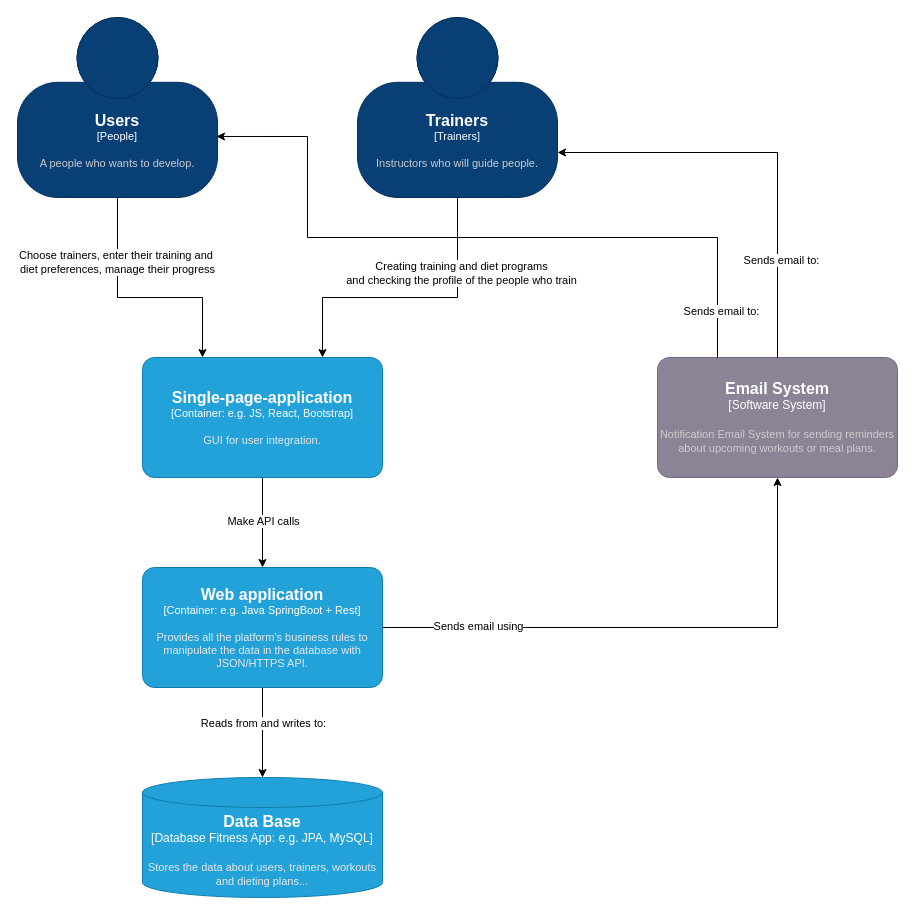
Above: page "C2 Containers" (2 of 4) of C4 Diagram/FitnessAppDiagram.drawio in AtanasDimitrov12/FitnessApp-Backend (draw.io), before the change. Source tidied: cells renumbered, new cells numbered last; positions are measured from the earlier drawing's top-left corner, leaving out a move shared by most shapes. Both pictures are drawn from the tidied source at 100%, with x=0, y=0 at pixel (17, 17).
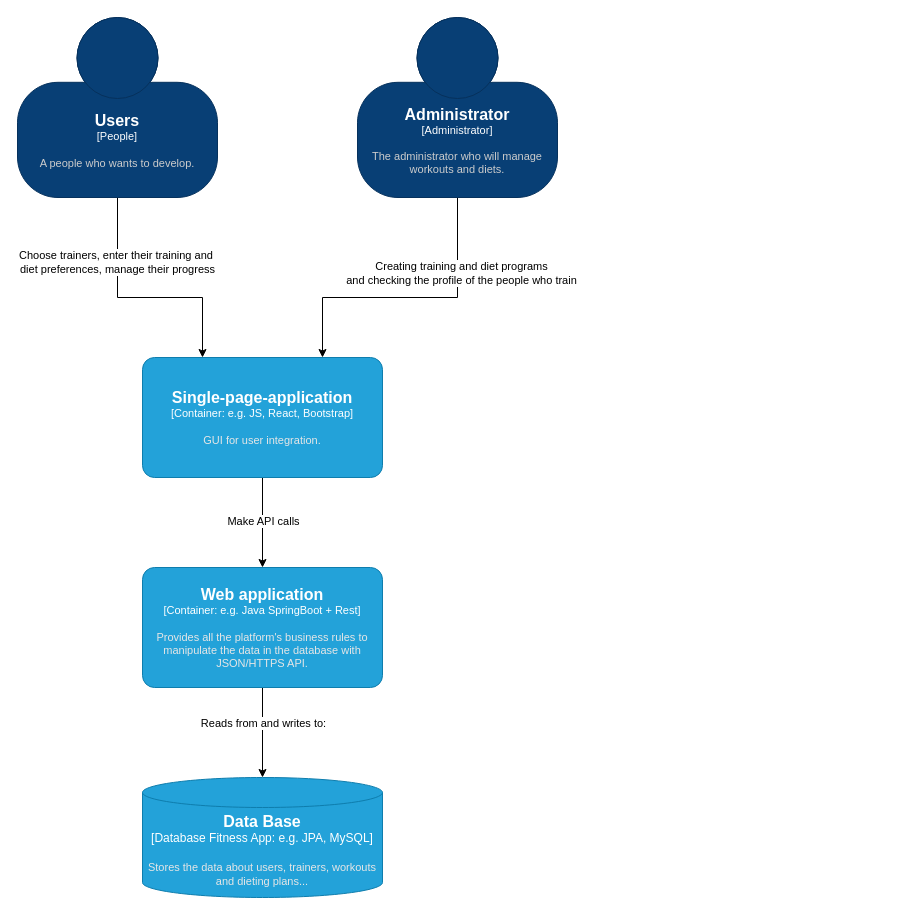
Above is the later version.

The change refers to these unchanged cells:
```xml
<object id="4" label="&lt;font style=&quot;font-size: 16px&quot;&gt;&lt;b&gt;%c4Name%&lt;/b&gt;&lt;/font&gt;&lt;div&gt;[%c4Type%]&lt;/div&gt;&lt;br&gt;&lt;div&gt;&lt;font style=&quot;font-size: 11px&quot;&gt;&lt;font color=&quot;#cccccc&quot;&gt;%c4Description%&lt;/font&gt;&lt;/div&gt;" c4Description="A people who wants to develop." c4Name="Users" c4Type="People" placeholders="1">
  <mxCell style="html=1;fontSize=11;dashed=0;whiteSpace=wrap;fillColor=#083F75;strokeColor=#06315C;fontColor=#ffffff;shape=mxgraph.c4.person2;align=center;points=[[0.5,0,0],[1,0.5,0],[1,0.75,0],[0.75,1,0],[0.5,1,0],[0.25,1,0],[0,0.75,0],[0,0.5,0]];" parent="1" vertex="1">
    <mxGeometry width="200" height="180" as="geometry" />
  </mxCell>
</object>
<object id="14" label="&lt;font style=&quot;font-size: 16px&quot;&gt;&lt;b&gt;%c4Name%&lt;/b&gt;&lt;/font&gt;&lt;div&gt;[%c4Type%: %c4Technology%]&lt;/div&gt;&lt;br&gt;&lt;div&gt;&lt;font style=&quot;font-size: 11px&quot;&gt;&lt;font color=&quot;#E6E6E6&quot;&gt;%c4Description%&lt;/font&gt;&lt;/div&gt;" c4Description="Provides all the platform's business rules to manipulate the data in the database with JSON/HTTPS API." c4Name="Web application" c4Technology="e.g. Java SpringBoot + Rest" c4Type="Container" placeholders="1">
  <mxCell style="rounded=1;whiteSpace=wrap;html=1;fontSize=11;labelBackgroundColor=none;fillColor=#23A2D9;fontColor=#ffffff;align=center;arcSize=10;strokeColor=#0E7DAD;points=[[0.25,0,0],[0.5,0,0],[0.75,0,0],[1,0.25,0],[1,0.5,0],[1,0.75,0],[0.75,1,0],[0.5,1,0],[0.25,1,0],[0,0.75,0],[0,0.5,0],[0,0.25,0]];" parent="1" vertex="1">
    <mxGeometry x="125" y="550" width="240" height="120" as="geometry" />
  </mxCell>
</object>
```

Diff of the diagram source:
```diff
@@
-    <object id="7" label="&lt;font style=&quot;font-size: 16px&quot;&gt;&lt;b&gt;%c4Name%&lt;/b&gt;&lt;/font&gt;&lt;div&gt;[%c4Type%]&lt;/div&gt;&lt;br&gt;&lt;div&gt;&lt;font style=&quot;font-size: 11px&quot;&gt;&lt;font color=&quot;#cccccc&quot;&gt;%c4Description%&lt;/font&gt;&lt;/div&gt;" c4Description="Instructors who will guide people." c4Name="Trainers" c4Type="Trainers" placeholders="1">
+    <object id="7" label="&lt;font style=&quot;font-size: 16px&quot;&gt;&lt;b&gt;%c4Name%&lt;/b&gt;&lt;/font&gt;&lt;div&gt;[%c4Type%]&lt;/div&gt;&lt;br&gt;&lt;div&gt;&lt;font style=&quot;font-size: 11px&quot;&gt;&lt;font color=&quot;#cccccc&quot;&gt;%c4Description%&lt;/font&gt;&lt;/div&gt;" c4Description="The administrator who will manage workouts and diets." c4Name="Administrator" c4Type="Administrator" placeholders="1">
       <mxCell style="html=1;fontSize=11;dashed=0;whiteSpace=wrap;fillColor=#083F75;strokeColor=#06315C;fontColor=#ffffff;shape=mxgraph.c4.person2;align=center;points=[[0.5,0,0],[1,0.5,0],[1,0.75,0],[0.75,1,0],[0.5,1,0],[0.25,1,0],[0,0.75,0],[0,0.5,0]];" parent="1" vertex="1">
         <mxGeometry x="340" width="200" height="180" as="geometry" />
       </mxCell>
     </object>
-    <object id="8" label="&lt;font style=&quot;font-size: 16px&quot;&gt;&lt;b&gt;%c4Name%&lt;/b&gt;&lt;/font&gt;&lt;div&gt;[%c4Type%]&lt;/div&gt;&lt;br&gt;&lt;div&gt;&lt;font style=&quot;font-size: 11px&quot;&gt;&lt;font color=&quot;#cccccc&quot;&gt;%c4Description%&lt;/font&gt;&lt;/div&gt;" c4Description="Notification Email System for sending reminders about upcoming workouts or meal plans." c4Name="Email System" c4Type="Software System" placeholders="1">
-      <mxCell style="rounded=1;whiteSpace=wrap;html=1;labelBackgroundColor=none;fillColor=#8C8496;fontColor=#ffffff;align=center;arcSize=10;strokeColor=#736782;points=[[0.25,0,0],[0.5,0,0],[0.75,0,0],[1,0.25,0],[1,0.5,0],[1,0.75,0],[0.75,1,0],[0.5,1,0],[0.25,1,0],[0,0.75,0],[0,0.5,0],[0,0.25,0]];" parent="1" vertex="1">
-        <mxGeometry x="640" y="340" width="240" height="120" as="geometry" />
-      </mxCell>
-    </object>
@@
-    <mxCell id="16" style="edgeStyle=orthogonalEdgeStyle;rounded=0;jettySize=auto;html=1;exitX=0.5;exitY=0;exitDx=0;exitDy=0;exitPerimeter=0;entryX=1;entryY=0.75;entryDx=0;entryDy=0;entryPerimeter=0;" parent="1" edge="1" source="8" target="7">
-      <mxGeometry relative="1" as="geometry" />
-    </mxCell>
-    <mxCell id="17" value="Sends email to:" style="edgeLabel;html=1;align=center;verticalAlign=middle;" parent="16" vertex="1">
-      <mxGeometry x="-0.54" y="-3" relative="1" as="geometry" />
-    </mxCell>
-    <mxCell id="18" style="edgeStyle=orthogonalEdgeStyle;rounded=0;jettySize=auto;html=1;exitX=0.25;exitY=0;exitDx=0;exitDy=0;exitPerimeter=0;entryX=0.995;entryY=0.661;entryDx=0;entryDy=0;entryPerimeter=0;" parent="1" edge="1" source="8" target="4">
-      <mxGeometry relative="1" as="geometry">
-        <Array as="points">
-          <mxPoint x="700" y="220" />
-          <mxPoint x="290" y="220" />
-          <mxPoint x="290" y="119" />
-        </Array>
-      </mxGeometry>
-    </mxCell>
-    <mxCell id="19" value="Sends email to:" style="edgeLabel;html=1;align=center;verticalAlign=middle;" parent="18" vertex="1">
-      <mxGeometry x="-0.87" y="-3" relative="1" as="geometry" />
-    </mxCell>
-    <mxCell id="20" style="edgeStyle=orthogonalEdgeStyle;rounded=0;jettySize=auto;html=1;exitX=1;exitY=0.5;exitDx=0;exitDy=0;exitPerimeter=0;entryX=0.5;entryY=1;entryDx=0;entryDy=0;entryPerimeter=0;" parent="1" edge="1" source="14" target="8">
-      <mxGeometry relative="1" as="geometry" />
-    </mxCell>
-    <mxCell id="21" value="Sends email using" style="edgeLabel;html=1;align=center;verticalAlign=middle;" parent="20" vertex="1">
-      <mxGeometry x="-0.65" y="2" relative="1" as="geometry" />
-    </mxCell>
```
